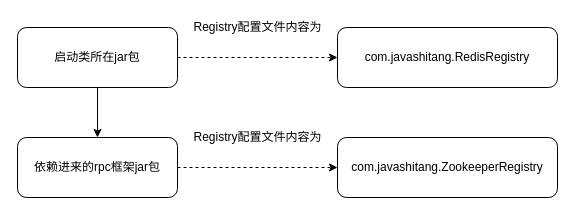
Before: java/spi多个jar包加载顺序.drawio in erlieStar/diagrams, a draw.io diagram. Source tidied: cells renumbered, new cells numbered last; positions are measured from the earlier drawing's top-left corner, leaving out a move shared by most shapes. Both pictures are drawn from the tidied source at 100%, with x=0, y=0 at pixel (17, 17).
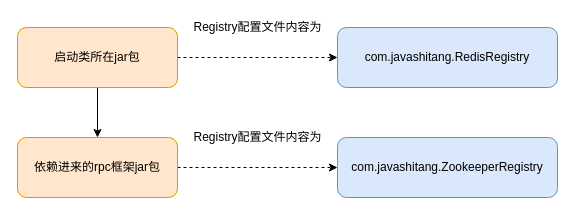
The same diagram, later.

Commit message (it also covers changes not shown here):
Update spi多个jar包加载顺序.drawio

The edit, as a diff of the source:
```diff
@@
 <mxGraphModel>
   <root>
     <mxCell id="0" />
     <mxCell id="1" parent="0" />
     <mxCell id="2" style="edgeStyle=orthogonalEdgeStyle;rounded=0;jettySize=auto;html=1;exitX=1;exitY=0.5;exitDx=0;exitDy=0;entryX=0;entryY=0.5;entryDx=0;entryDy=0;dashed=1;" parent="1" edge="1" source="4" target="7">
       <mxGeometry relative="1" as="geometry" />
     </mxCell>
     <mxCell id="3" style="edgeStyle=orthogonalEdgeStyle;rounded=0;jettySize=auto;html=1;exitX=0.5;exitY=1;exitDx=0;exitDy=0;entryX=0.5;entryY=0;entryDx=0;entryDy=0;" parent="1" edge="1" source="4" target="6">
       <mxGeometry relative="1" as="geometry" />
     </mxCell>
-    <mxCell id="4" value="启动类所在jar包" style="rounded=1;whiteSpace=wrap;html=1;" parent="1" vertex="1">
+    <mxCell id="4" value="启动类所在jar包" style="rounded=1;whiteSpace=wrap;html=1;fillColor=#ffe6cc;strokeColor=#d79b00;" parent="1" vertex="1">
       <mxGeometry y="10" width="160" height="60" as="geometry" />
     </mxCell>
     <mxCell id="5" style="edgeStyle=orthogonalEdgeStyle;rounded=0;jettySize=auto;html=1;exitX=1;exitY=0.5;exitDx=0;exitDy=0;entryX=0;entryY=0.5;entryDx=0;entryDy=0;dashed=1;" parent="1" edge="1" source="6" target="8">
       <mxGeometry relative="1" as="geometry" />
     </mxCell>
-    <mxCell id="6" value="依赖进来的rpc框架jar包" style="rounded=1;whiteSpace=wrap;html=1;" parent="1" vertex="1">
+    <mxCell id="6" value="依赖进来的rpc框架jar包" style="rounded=1;whiteSpace=wrap;html=1;fillColor=#ffe6cc;strokeColor=#d79b00;" parent="1" vertex="1">
       <mxGeometry y="120" width="160" height="60" as="geometry" />
     </mxCell>
-    <mxCell id="7" value="com.javashitang.RedisRegistry" style="rounded=1;whiteSpace=wrap;html=1;" parent="1" vertex="1">
+    <mxCell id="7" value="com.javashitang.RedisRegistry" style="rounded=1;whiteSpace=wrap;html=1;fillColor=#dae8fc;strokeColor=#6c8ebf;" parent="1" vertex="1">
       <mxGeometry x="320" y="10" width="220" height="60" as="geometry" />
     </mxCell>
-    <mxCell id="8" value="com.javashitang.ZookeeperRegistry" style="rounded=1;whiteSpace=wrap;html=1;" parent="1" vertex="1">
+    <mxCell id="8" value="com.javashitang.ZookeeperRegistry" style="rounded=1;whiteSpace=wrap;html=1;fillColor=#dae8fc;strokeColor=#6c8ebf;" parent="1" vertex="1">
       <mxGeometry x="320" y="120" width="220" height="60" as="geometry" />
     </mxCell>
     <mxCell id="9" value="Registry配置文件内容为" style="text;html=1;align=center;verticalAlign=middle;strokeColor=none;" parent="1" vertex="1">
       <mxGeometry x="170" width="140" height="20" as="geometry" />
     </mxCell>
     <mxCell id="10" value="Registry配置文件内容为" style="text;html=1;align=center;verticalAlign=middle;strokeColor=none;" parent="1" vertex="1">
       <mxGeometry x="170" y="110" width="140" height="20" as="geometry" />
     </mxCell>
   </root>
 </mxGraphModel>
```
